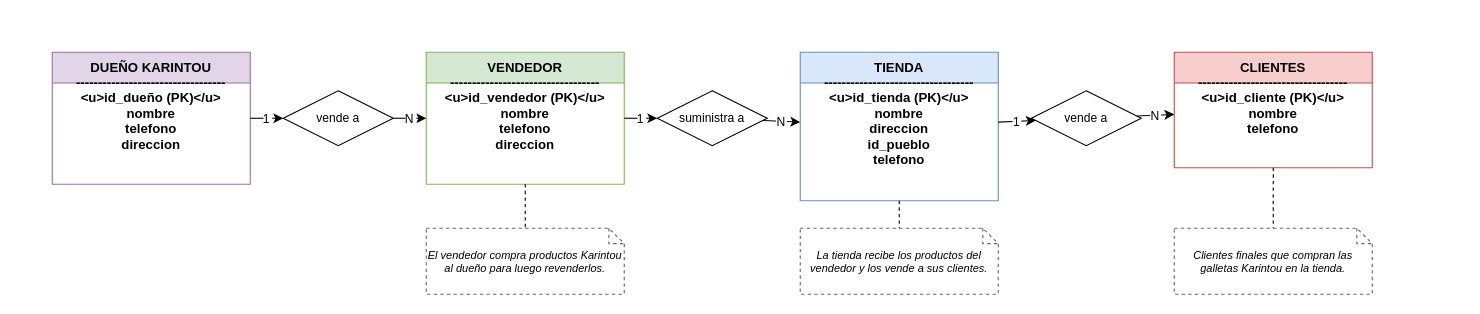
Above: unit_1/flujo.drawio.xml in naotenz/BD1 (draw.io), before the change. Source tidied: cells renumbered, new cells numbered last; positions are measured from the earlier drawing's top-left corner, leaving out a move shared by most shapes. Both pictures are drawn from the tidied source at 110%, with x=0, y=0 at pixel (52, 52).
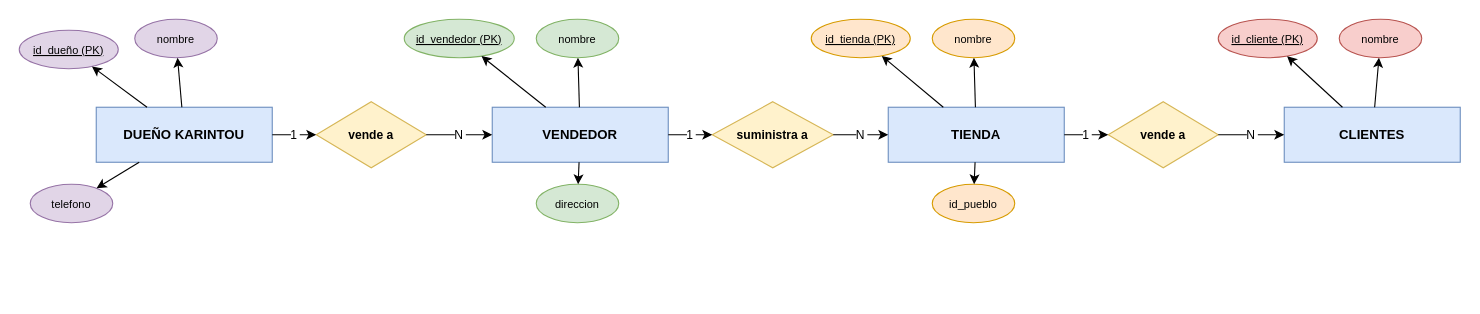
The same page after the edit.

Change to the diagram source:
```diff
@@
-    <mxCell id="2" value="DUEÑO KARINTOU&#10;----------------------------------&#10;&lt;u&gt;id_dueño (PK)&lt;/u&gt;&#10;nombre&#10;telefono&#10;direccion" style="shape=swimlane;fontStyle=1;align=center;verticalAlign=top;horizontal=1;startSize=28;fillColor=#E1D5E7;strokeColor=#9673A6;fontSize=12;" parent="1" vertex="1">
-      <mxGeometry width="180" height="120" as="geometry" />
+    <mxCell id="2" value="DUEÑO KARINTOU" style="rounded=0;whiteSpace=wrap;html=1;fillColor=#DAE8FC;strokeColor=#6C8EBF;fontStyle=1;fontSize=12;" parent="1" vertex="1">
+      <mxGeometry x="40" y="50" width="160" height="50" as="geometry" />
     </mxCell>
+    <mxCell id="21" value="id_dueño (PK)" style="ellipse;whiteSpace=wrap;html=1;fillColor=#E1D5E7;strokeColor=#9673A6;fontStyle=4;fontSize=10;" parent="1" vertex="1">
+      <mxGeometry x="-30" y="-20" width="90" height="35" as="geometry" />
+    </mxCell>
+    <mxCell id="22" value="nombre" style="ellipse;whiteSpace=wrap;html=1;fillColor=#E1D5E7;strokeColor=#9673A6;fontSize=10;" parent="1" vertex="1">
+      <mxGeometry x="75" y="-30" width="75" height="35" as="geometry" />
+    </mxCell>
+    <mxCell id="23" value="telefono" style="ellipse;whiteSpace=wrap;html=1;fillColor=#E1D5E7;strokeColor=#9673A6;fontSize=10;" parent="1" vertex="1">
+      <mxGeometry x="-20" y="120" width="75" height="35" as="geometry" />
+    </mxCell>
-    <mxCell id="3" value="VENDEDOR&#10;----------------------------------&#10;&lt;u&gt;id_vendedor (PK)&lt;/u&gt;&#10;nombre&#10;telefono&#10;direccion" style="shape=swimlane;fontStyle=1;align=center;verticalAlign=top;horizontal=1;startSize=28;fillColor=#D5E8D4;strokeColor=#82B366;fontSize=12;" parent="1" vertex="1">
-      <mxGeometry x="340" width="180" height="120" as="geometry" />
+    <mxCell id="3" value="VENDEDOR" style="rounded=0;whiteSpace=wrap;html=1;fillColor=#DAE8FC;strokeColor=#6C8EBF;fontStyle=1;fontSize=12;" parent="1" vertex="1">
+      <mxGeometry x="400" y="50" width="160" height="50" as="geometry" />
     </mxCell>
+    <mxCell id="24" value="id_vendedor (PK)" style="ellipse;whiteSpace=wrap;html=1;fillColor=#D5E8D4;strokeColor=#82B366;fontStyle=4;fontSize=10;" parent="1" vertex="1">
+      <mxGeometry x="320" y="-30" width="100" height="35" as="geometry" />
+    </mxCell>
+    <mxCell id="25" value="nombre" style="ellipse;whiteSpace=wrap;html=1;fillColor=#D5E8D4;strokeColor=#82B366;fontSize=10;" parent="1" vertex="1">
+      <mxGeometry x="440" y="-30" width="75" height="35" as="geometry" />
+    </mxCell>
+    <mxCell id="26" value="direccion" style="ellipse;whiteSpace=wrap;html=1;fillColor=#D5E8D4;strokeColor=#82B366;fontSize=10;" parent="1" vertex="1">
+      <mxGeometry x="440" y="120" width="75" height="35" as="geometry" />
+    </mxCell>
-    <mxCell id="4" value="TIENDA&#10;----------------------------------&#10;&lt;u&gt;id_tienda (PK)&lt;/u&gt;&#10;nombre&#10;direccion&#10;id_pueblo&#10;telefono" style="shape=swimlane;fontStyle=1;align=center;verticalAlign=top;horizontal=1;startSize=28;fillColor=#DAE8FC;strokeColor=#6C8EBF;fontSize=12;" parent="1" vertex="1">
-      <mxGeometry x="680" width="180" height="135" as="geometry" />
+    <mxCell id="4" value="TIENDA" style="rounded=0;whiteSpace=wrap;html=1;fillColor=#DAE8FC;strokeColor=#6C8EBF;fontStyle=1;fontSize=12;" parent="1" vertex="1">
+      <mxGeometry x="760" y="50" width="160" height="50" as="geometry" />
     </mxCell>
-    <mxCell id="5" value="CLIENTES&#10;----------------------------------&#10;&lt;u&gt;id_cliente (PK)&lt;/u&gt;&#10;nombre&#10;telefono" style="shape=swimlane;fontStyle=1;align=center;verticalAlign=top;horizontal=1;startSize=28;fillColor=#F8CECC;strokeColor=#B85450;fontSize=12;" parent="1" vertex="1">
-      <mxGeometry x="1020" width="180" height="105" as="geometry" />
-    </mxCell>
+    <mxCell id="27" value="id_tienda (PK)" style="ellipse;whiteSpace=wrap;html=1;fillColor=#FFE6CC;strokeColor=#D79B00;fontStyle=4;fontSize=10;" parent="1" vertex="1">
+      <mxGeometry x="690" y="-30" width="90" height="35" as="geometry" />
+    </mxCell>
+    <mxCell id="28" value="nombre" style="ellipse;whiteSpace=wrap;html=1;fillColor=#FFE6CC;strokeColor=#D79B00;fontSize=10;" parent="1" vertex="1">
+      <mxGeometry x="800" y="-30" width="75" height="35" as="geometry" />
+    </mxCell>
+    <mxCell id="29" value="id_pueblo" style="ellipse;whiteSpace=wrap;html=1;fillColor=#FFE6CC;strokeColor=#D79B00;fontSize=10;" parent="1" vertex="1">
+      <mxGeometry x="800" y="120" width="75" height="35" as="geometry" />
+    </mxCell>
+    <mxCell id="30" value="CLIENTES" style="rounded=0;whiteSpace=wrap;html=1;fillColor=#DAE8FC;strokeColor=#6C8EBF;fontStyle=1;fontSize=12;" parent="1" vertex="1">
+      <mxGeometry x="1120" y="50" width="160" height="50" as="geometry" />
+    </mxCell>
+    <mxCell id="31" value="id_cliente (PK)" style="ellipse;whiteSpace=wrap;html=1;fillColor=#F8CECC;strokeColor=#B85450;fontStyle=4;fontSize=10;" parent="1" vertex="1">
+      <mxGeometry x="1060" y="-30" width="90" height="35" as="geometry" />
+    </mxCell>
+    <mxCell id="32" value="nombre" style="ellipse;whiteSpace=wrap;html=1;fillColor=#F8CECC;strokeColor=#B85450;fontSize=10;" parent="1" vertex="1">
+      <mxGeometry x="1170" y="-30" width="75" height="35" as="geometry" />
+    </mxCell>
-    <mxCell id="6" value="vende a" style="rhombus;whiteSpace=wrap;html=1;fillColor=#ffffff;strokeColor=#000000;fontStyle=0;fontSize=11;" parent="1" vertex="1">
-      <mxGeometry x="210" y="35" width="100" height="50" as="geometry" />
+    <mxCell id="6" value="vende a" style="rhombus;whiteSpace=wrap;html=1;fillColor=#FFF2CC;strokeColor=#D6B656;fontStyle=1;fontSize=11;" parent="1" vertex="1">
+      <mxGeometry x="240" y="45" width="100" height="60" as="geometry" />
     </mxCell>
-    <mxCell id="7" value="suministra a" style="rhombus;whiteSpace=wrap;html=1;fillColor=#ffffff;strokeColor=#000000;fontStyle=0;fontSize=11;" parent="1" vertex="1">
-      <mxGeometry x="550" y="35" width="100" height="50" as="geometry" />
+    <mxCell id="7" value="suministra a" style="rhombus;whiteSpace=wrap;html=1;fillColor=#FFF2CC;strokeColor=#D6B656;fontStyle=1;fontSize=11;" parent="1" vertex="1">
+      <mxGeometry x="600" y="45" width="110" height="60" as="geometry" />
     </mxCell>
-    <mxCell id="8" value="vende a" style="rhombus;whiteSpace=wrap;html=1;fillColor=#ffffff;strokeColor=#000000;fontStyle=0;fontSize=11;" parent="1" vertex="1">
-      <mxGeometry x="890" y="35" width="100" height="50" as="geometry" />
+    <mxCell id="8" value="vende a" style="rhombus;whiteSpace=wrap;html=1;fillColor=#FFF2CC;strokeColor=#D6B656;fontStyle=1;fontSize=11;" parent="1" vertex="1">
+      <mxGeometry x="960" y="45" width="100" height="60" as="geometry" />
     </mxCell>
+    <mxCell id="33" parent="1" edge="1" source="2" target="21">
+      <mxGeometry relative="1" as="geometry" />
+    </mxCell>
+    <mxCell id="34" parent="1" edge="1" source="2" target="22">
+      <mxGeometry relative="1" as="geometry" />
+    </mxCell>
+    <mxCell id="35" parent="1" edge="1" source="2" target="23">
+      <mxGeometry relative="1" as="geometry" />
+    </mxCell>
+    <mxCell id="36" parent="1" edge="1" source="3" target="24">
+      <mxGeometry relative="1" as="geometry" />
+    </mxCell>
+    <mxCell id="37" parent="1" edge="1" source="3" target="25">
+      <mxGeometry relative="1" as="geometry" />
+    </mxCell>
+    <mxCell id="38" parent="1" edge="1" source="3" target="26">
+      <mxGeometry relative="1" as="geometry" />
+    </mxCell>
+    <mxCell id="39" parent="1" edge="1" source="4" target="27">
+      <mxGeometry relative="1" as="geometry" />
+    </mxCell>
+    <mxCell id="40" parent="1" edge="1" source="4" target="28">
+      <mxGeometry relative="1" as="geometry" />
+    </mxCell>
+    <mxCell id="41" parent="1" edge="1" source="4" target="29">
+      <mxGeometry relative="1" as="geometry" />
+    </mxCell>
+    <mxCell id="42" parent="1" edge="1" source="30" target="31">
+      <mxGeometry relative="1" as="geometry" />
+    </mxCell>
+    <mxCell id="43" parent="1" edge="1" source="30" target="32">
+      <mxGeometry relative="1" as="geometry" />
+    </mxCell>
@@
-    <mxCell id="14" value="N" parent="1" edge="1" source="8" target="5">
-      <mxGeometry relative="1" as="geometry" />
-    </mxCell>
-    <mxCell id="15" value="El vendedor compra productos Karintou al dueño para luego revenderlos." style="shape=note;whiteSpace=wrap;html=1;size=14;fillColor=#ffffff;strokeColor=#666666;fontStyle=2;fontSize=10;dashed=1;" parent="1" vertex="1">
-      <mxGeometry x="340" y="160" width="180" height="60" as="geometry" />
-    </mxCell>
-    <mxCell id="16" value="La tienda recibe los productos del vendedor y los vende a sus clientes." style="shape=note;whiteSpace=wrap;html=1;size=14;fillColor=#ffffff;strokeColor=#666666;fontStyle=2;fontSize=10;dashed=1;" parent="1" vertex="1">
-      <mxGeometry x="680" y="160" width="180" height="60" as="geometry" />
-    </mxCell>
-    <mxCell id="17" value="Clientes finales que compran las galletas Karintou en la tienda." style="shape=note;whiteSpace=wrap;html=1;size=14;fillColor=#ffffff;strokeColor=#666666;fontStyle=2;fontSize=10;dashed=1;" parent="1" vertex="1">
-      <mxGeometry x="1020" y="160" width="180" height="60" as="geometry" />
-    </mxCell>
-    <mxCell id="18" style="endArrow=none;dashed=1;" parent="1" edge="1" source="3" target="15">
-      <mxGeometry relative="1" as="geometry" />
-    </mxCell>
-    <mxCell id="19" style="endArrow=none;dashed=1;" parent="1" edge="1" source="4" target="16">
-      <mxGeometry relative="1" as="geometry" />
-    </mxCell>
-    <mxCell id="20" style="endArrow=none;dashed=1;" parent="1" edge="1" source="5" target="17">
-      <mxGeometry relative="1" as="geometry" />
-    </mxCell>
+    <mxCell id="44" value="N" parent="1" edge="1" source="8" target="30">
+      <mxGeometry relative="1" as="geometry" />
+    </mxCell>
```
